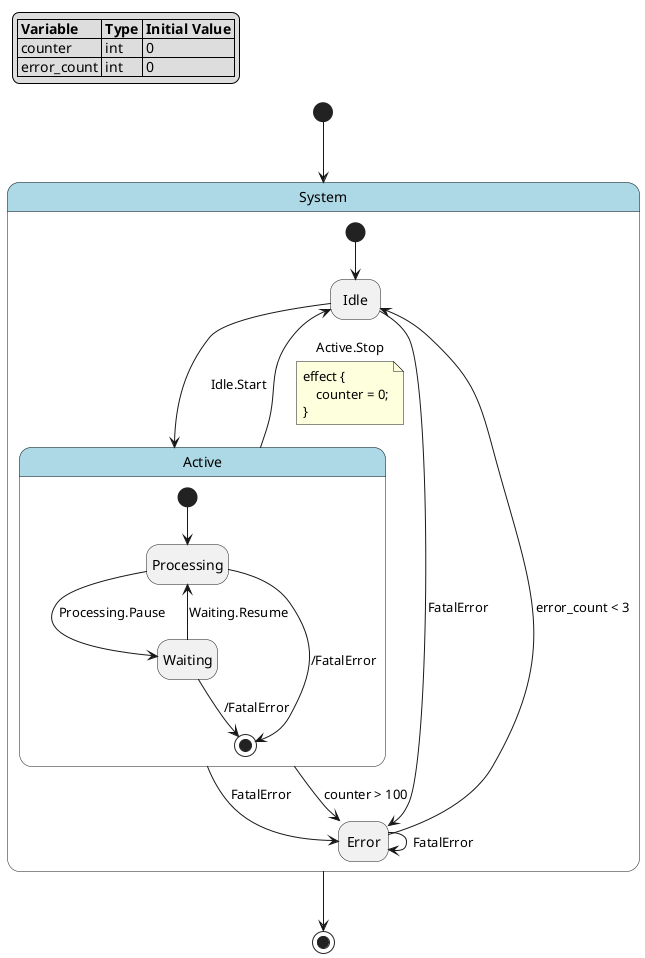
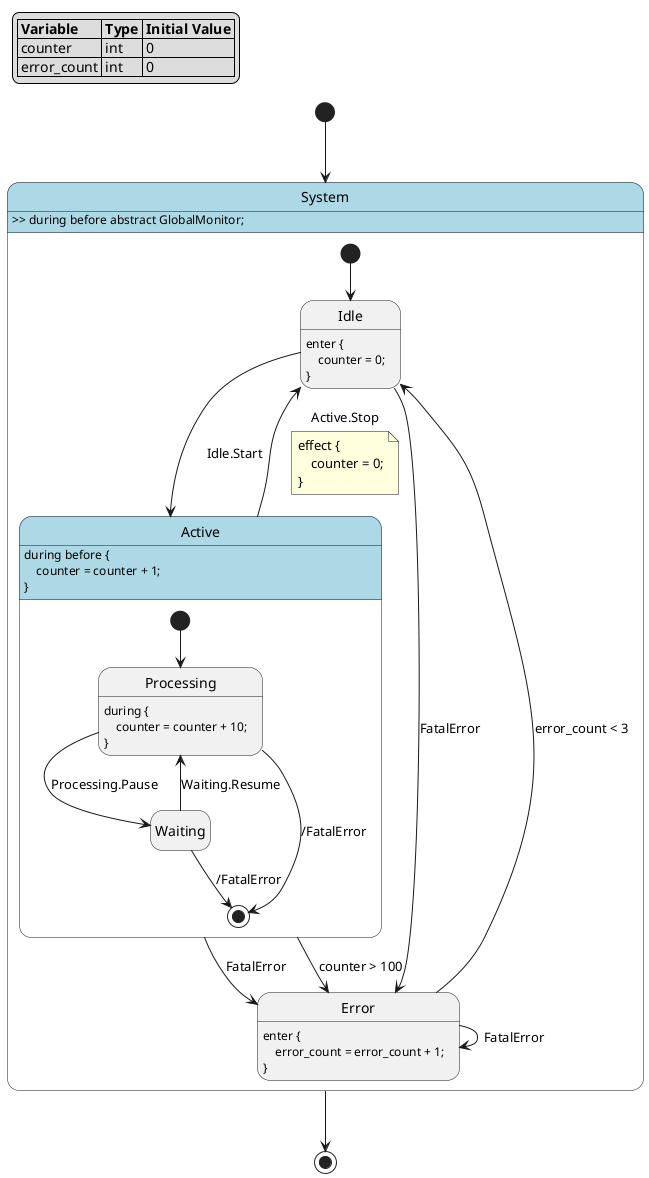
@startuml
hide empty description

skinparam state {
  BackgroundColor<<pseudo>> LightGray
  BackgroundColor<<composite>> LightBlue
  BorderColor<<pseudo>> Gray
  FontStyle<<pseudo>> italic
}

legend top left
|= Variable |= Type |= Initial Value |
| counter | int | 0 |
| error_count | int | 0 |
endlegend

state "System" as system <<composite>> {
    state "Idle" as system__idle
+     system__idle : enter {\n    counter = 0;\n}
    state "Active" as system__active <<composite>> {
        state "Processing" as system__active__processing
+         system__active__processing : during {\n    counter = counter + 10;\n}
        state "Waiting" as system__active__waiting
        system__active__processing --> [*] : /FatalError
        system__active__waiting --> [*] : /FatalError
        [*] --> system__active__processing
        system__active__processing --> system__active__waiting : Processing.Pause
        system__active__waiting --> system__active__processing : Waiting.Resume
    }
+     system__active : during before {\n    counter = counter + 1;\n}
    state "Error" as system__error
+     system__error : enter {\n    error_count = error_count + 1;\n}
    system__idle --> system__error : FatalError
    system__active --> system__error : FatalError
    system__error --> system__error : FatalError
    [*] --> system__idle
    system__idle --> system__active : Idle.Start
    system__active --> system__idle : Active.Stop
    note on link
    effect {
        counter = 0;
    }
    end note
    system__active --> system__error : counter > 100
    system__error --> system__idle : error_count < 3
}
+ system : >> during before abstract GlobalMonitor;
[*] --> system
system --> [*]
@enduml